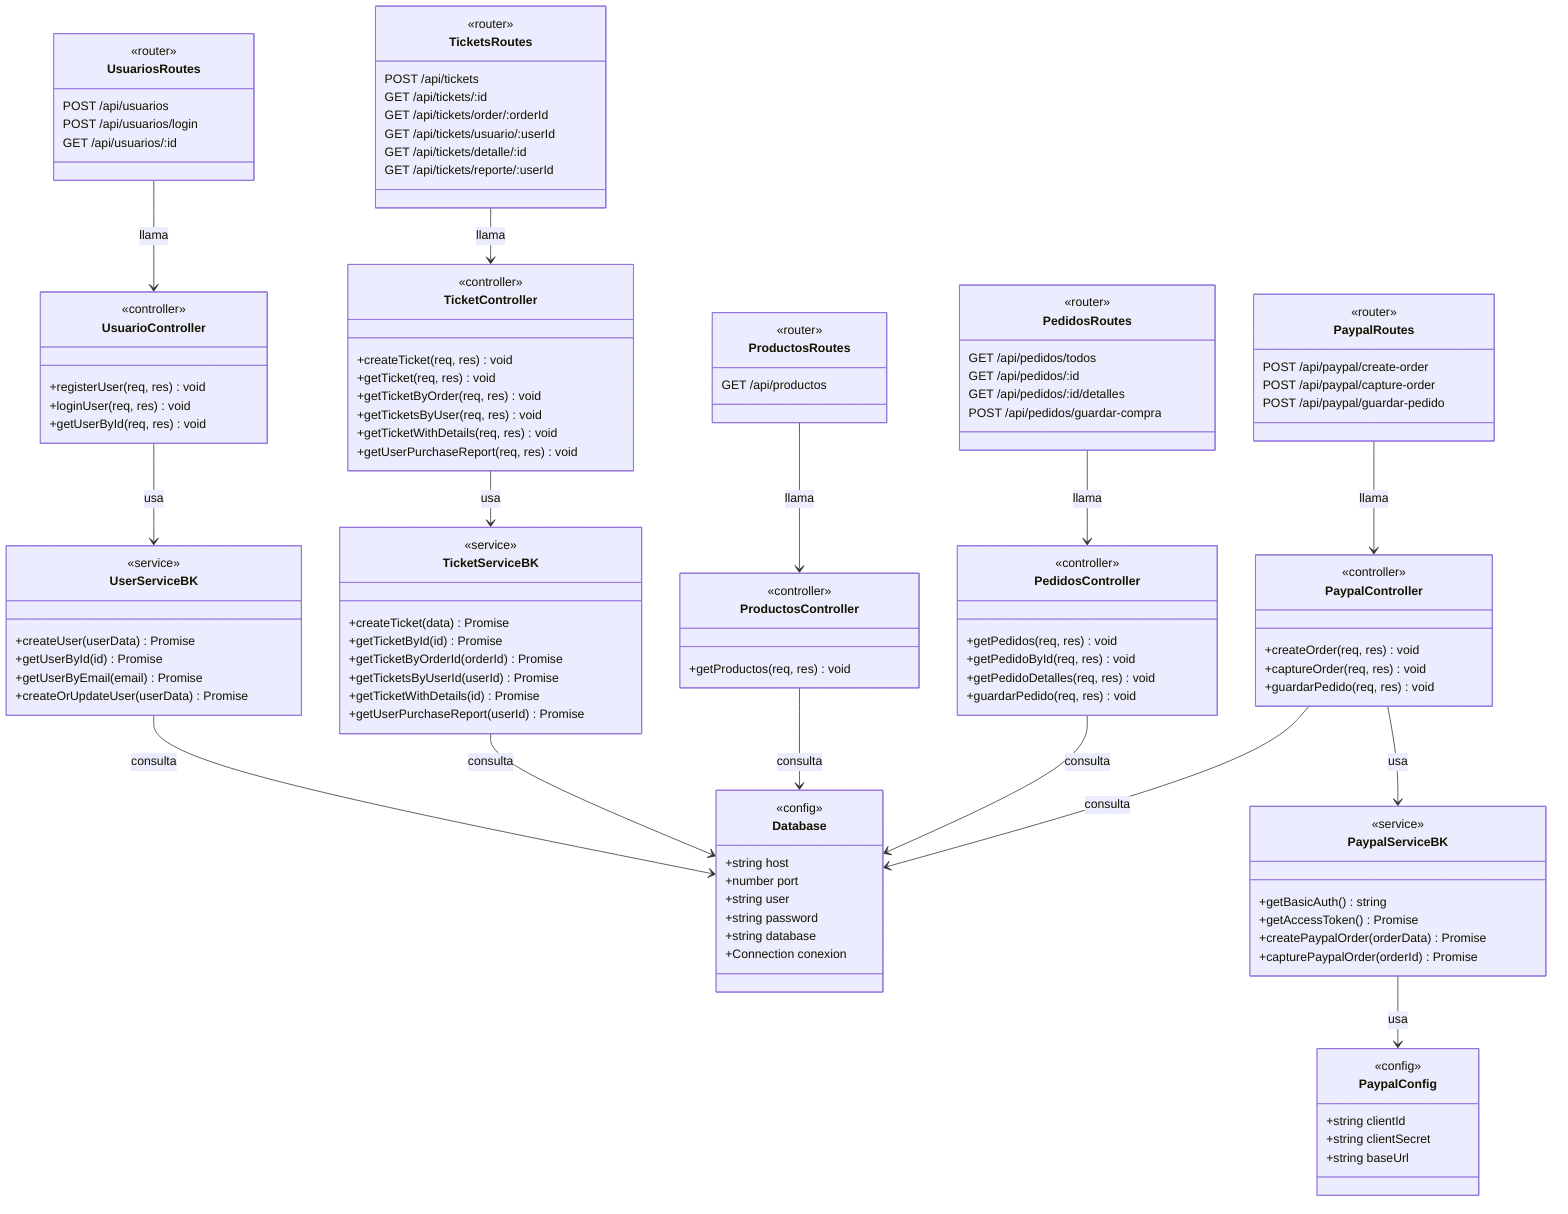
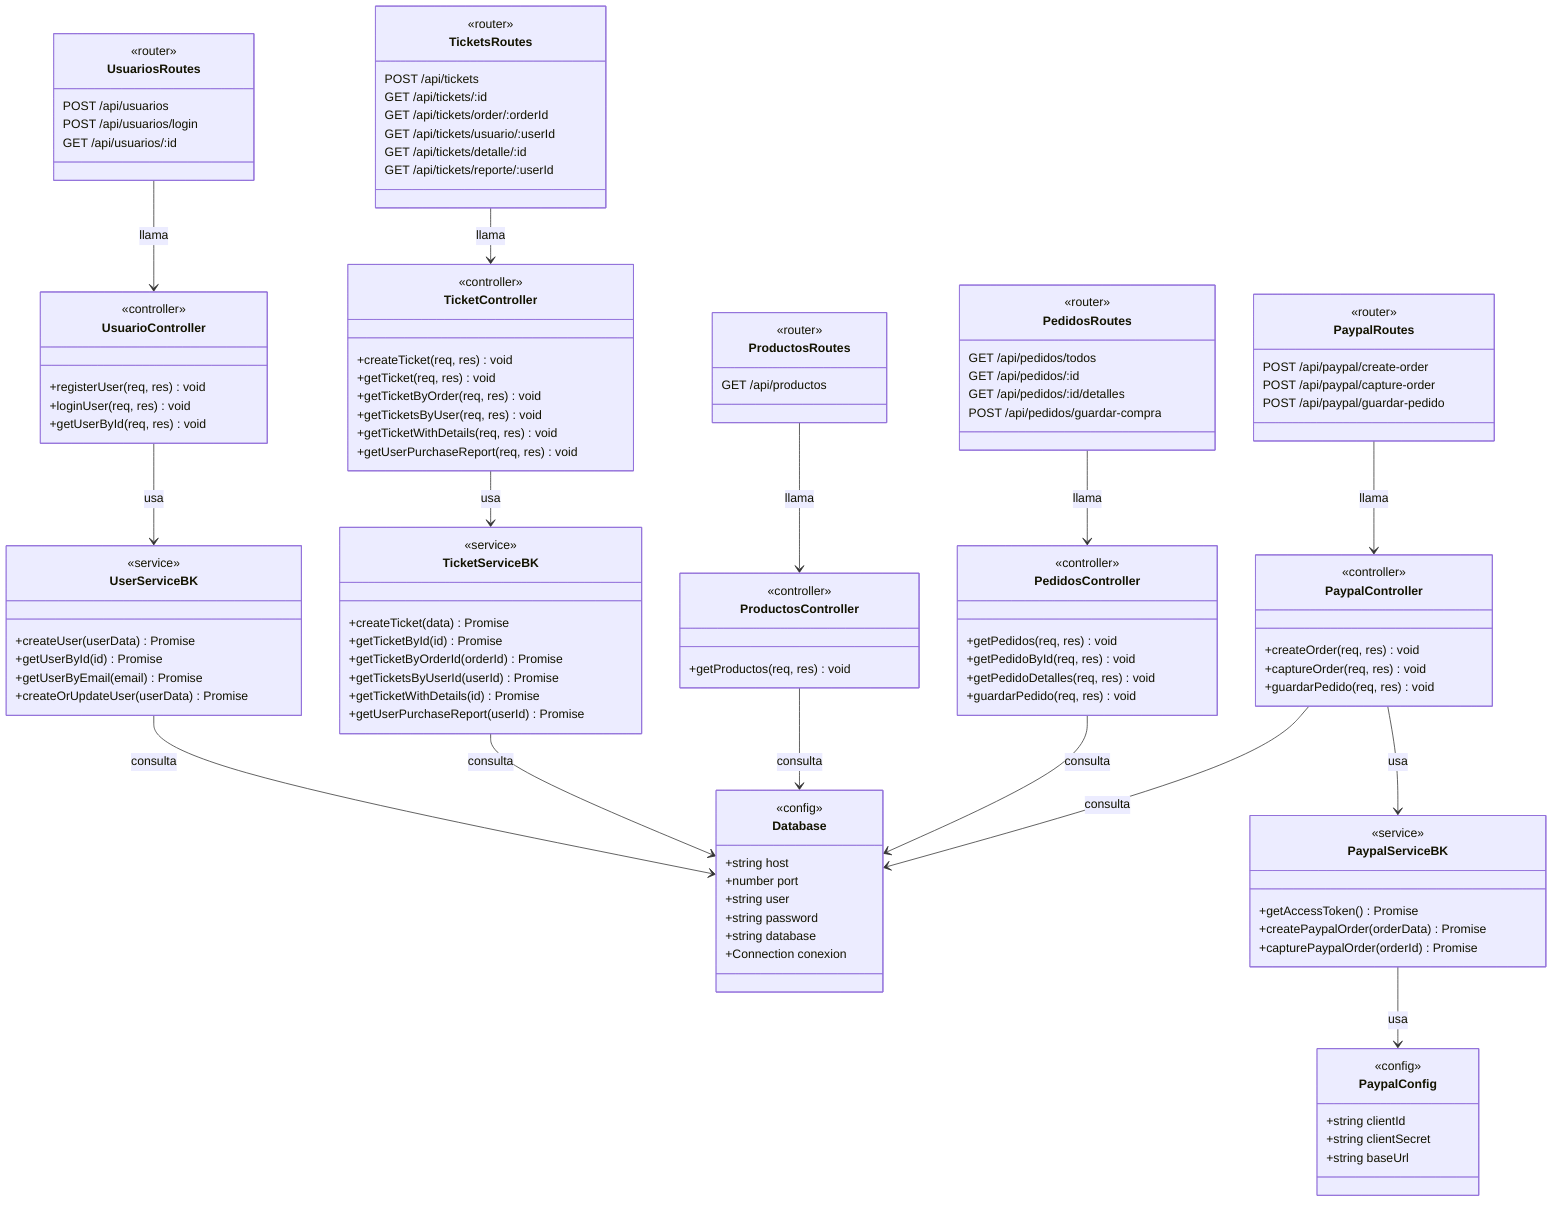
classDiagram
direction TB

%% ─── CONFIGURACIÓN ──────────────────────────────────────────

class Database {
    <<config>>
    +string host
    +number port
    +string user
    +string password
    +string database
    +Connection conexion
}

class PaypalConfig {
    <<config>>
    +string clientId
    +string clientSecret
    +string baseUrl
}

%% ─── SERVICIOS ─────────────────────────────────────────────

class PaypalServiceBK {
    <<service>>
-     +getBasicAuth() string
    +getAccessToken() Promise
    +createPaypalOrder(orderData) Promise
    +capturePaypalOrder(orderId) Promise
}

class UserServiceBK {
    <<service>>
    +createUser(userData) Promise
    +getUserById(id) Promise
    +getUserByEmail(email) Promise
    +createOrUpdateUser(userData) Promise
}

class TicketServiceBK {
    <<service>>
    +createTicket(data) Promise
    +getTicketById(id) Promise
    +getTicketByOrderId(orderId) Promise
    +getTicketsByUserId(userId) Promise
    +getTicketWithDetails(id) Promise
    +getUserPurchaseReport(userId) Promise
}

%% ─── CONTROLADORES ─────────────────────────────────────────

class ProductosController {
    <<controller>>
    +getProductos(req, res) void
}

class PedidosController {
    <<controller>>
    +getPedidos(req, res) void
    +getPedidoById(req, res) void
    +getPedidoDetalles(req, res) void
    +guardarPedido(req, res) void
}

class PaypalController {
    <<controller>>
    +createOrder(req, res) void
    +captureOrder(req, res) void
    +guardarPedido(req, res) void
}

class UsuarioController {
    <<controller>>
    +registerUser(req, res) void
    +loginUser(req, res) void
    +getUserById(req, res) void
}

class TicketController {
    <<controller>>
    +createTicket(req, res) void
    +getTicket(req, res) void
    +getTicketByOrder(req, res) void
    +getTicketsByUser(req, res) void
    +getTicketWithDetails(req, res) void
    +getUserPurchaseReport(req, res) void
}

%% ─── RUTAS ──────────────────────────────────────────────────

class ProductosRoutes {
    <<router>>
    GET /api/productos
}

class PedidosRoutes {
    <<router>>
    GET /api/pedidos/todos
    GET /api/pedidos/:id
    GET /api/pedidos/:id/detalles
    POST /api/pedidos/guardar-compra
}

class PaypalRoutes {
    <<router>>
    POST /api/paypal/create-order
    POST /api/paypal/capture-order
    POST /api/paypal/guardar-pedido
}

class UsuariosRoutes {
    <<router>>
    POST /api/usuarios
    POST /api/usuarios/login
    GET /api/usuarios/:id
}

class TicketsRoutes {
    <<router>>
    POST /api/tickets
    GET /api/tickets/:id
    GET /api/tickets/order/:orderId
    GET /api/tickets/usuario/:userId
    GET /api/tickets/detalle/:id
    GET /api/tickets/reporte/:userId
}

%% ─── RELACIONES RUTAS → CONTROLADORES ───────────────────────
ProductosRoutes --> ProductosController : llama
PedidosRoutes --> PedidosController : llama
PaypalRoutes --> PaypalController : llama
UsuariosRoutes --> UsuarioController : llama
TicketsRoutes --> TicketController : llama

%% ─── RELACIONES CONTROLADORES → SERVICIOS ───────────────────
PaypalController --> PaypalServiceBK : usa
UsuarioController --> UserServiceBK : usa
TicketController --> TicketServiceBK : usa

%% ─── RELACIONES SERVICIOS / CONTROLADORES → CONFIG ──────────
PaypalServiceBK --> PaypalConfig : usa
UserServiceBK --> Database : consulta
TicketServiceBK --> Database : consulta
ProductosController --> Database : consulta
PedidosController --> Database : consulta
PaypalController --> Database : consulta
